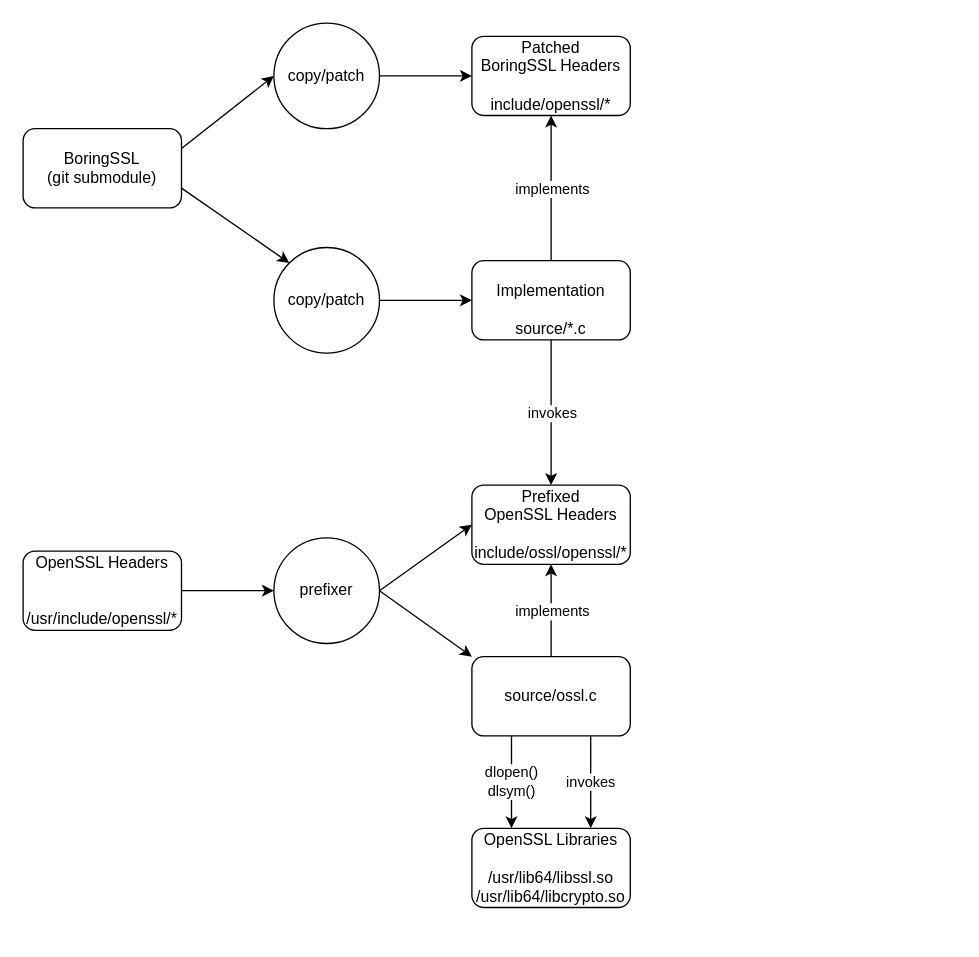
The draw.io diagram bssl-compat/bssl-compat-build.drawio in envoyproxy/envoy-openssl, before the edit. Source tidied: cells renumbered, new cells numbered last; positions are measured from the earlier drawing's top-left corner, leaving out a move shared by most shapes. Both pictures are drawn from the tidied source at 132%, with x=0, y=0 at pixel (22, 22).
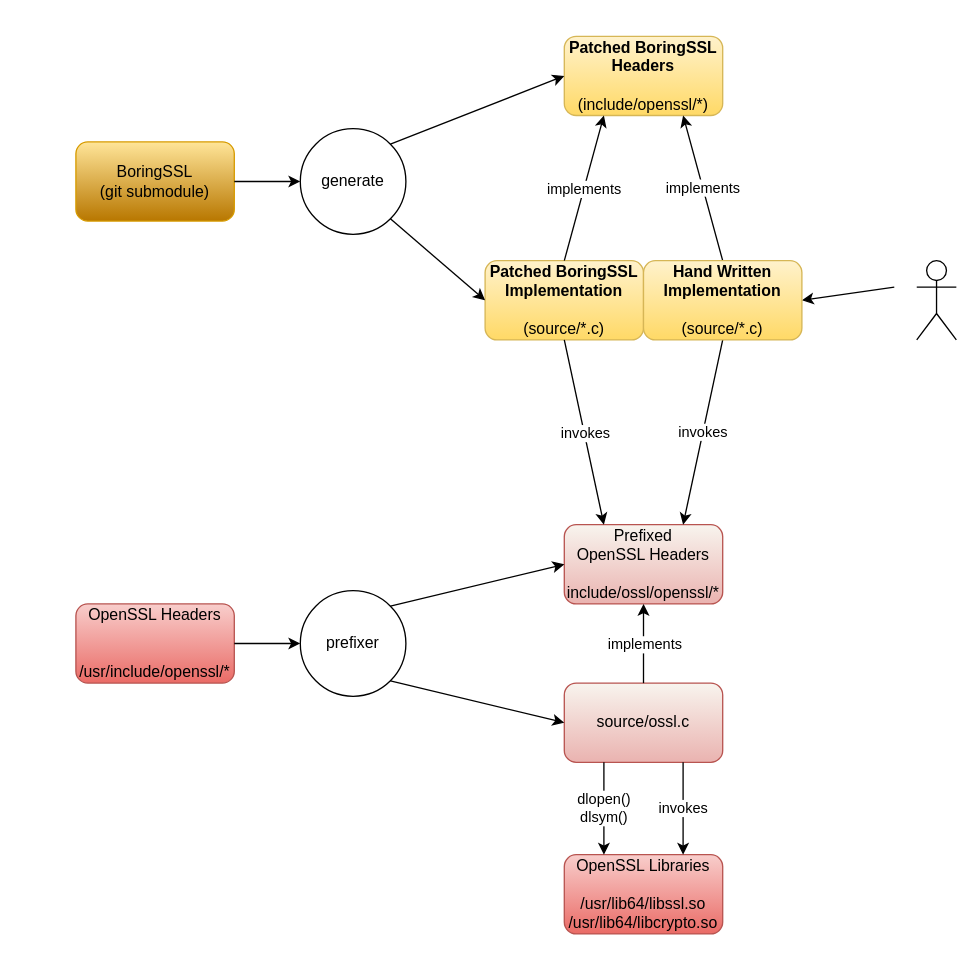
The same diagram, later.

The edit, as a diff of the source:
```diff
@@
-    <mxCell id="2" value="OpenSSL Headers&lt;br&gt;&lt;br&gt;&lt;br&gt;/usr/include/openssl/*" style="rounded=1;whiteSpace=wrap;html=1;" parent="1" vertex="1">
-      <mxGeometry y="400" width="120" height="60" as="geometry" />
+    <mxCell id="2" value="OpenSSL Headers&lt;br&gt;&lt;br&gt;&lt;br&gt;/usr/include/openssl/*" style="rounded=1;whiteSpace=wrap;html=1;fillColor=#f8cecc;gradientColor=#ea6b66;strokeColor=#b85450;" parent="1" vertex="1">
+      <mxGeometry x="40" y="440" width="120" height="60" as="geometry" />
     </mxCell>
-    <mxCell id="3" value="BoringSSL&lt;br&gt;(git submodule)" style="rounded=1;whiteSpace=wrap;html=1;" parent="1" vertex="1">
-      <mxGeometry y="80" width="120" height="60" as="geometry" />
+    <mxCell id="3" value="BoringSSL&lt;br&gt;(git submodule)" style="rounded=1;whiteSpace=wrap;html=1;fillColor=#FFE599;gradientColor=#B87700;strokeColor=#d79b00;" parent="1" vertex="1">
+      <mxGeometry x="40" y="90" width="120" height="60" as="geometry" />
     </mxCell>
-    <mxCell id="4" value="copy/patch" style="ellipse;whiteSpace=wrap;html=1;" parent="1" vertex="1">
-      <mxGeometry x="190" width="80" height="80" as="geometry" />
-    </mxCell>
-    <mxCell id="5" value="Patched&lt;br&gt;BoringSSL Headers&lt;br&gt;&lt;br&gt;include/openssl/*" style="rounded=1;whiteSpace=wrap;html=1;" parent="1" vertex="1">
-      <mxGeometry x="340" y="10" width="120" height="60" as="geometry" />
+    <mxCell id="5" value="&lt;b&gt;Patched BoringSSL&lt;br&gt;Headers&lt;/b&gt;&lt;br&gt;&lt;br&gt;(include/openssl/*)" style="rounded=1;whiteSpace=wrap;html=1;fillColor=#fff2cc;gradientColor=#ffd966;strokeColor=#d6b656;" parent="1" vertex="1">
+      <mxGeometry x="410" y="10" width="120" height="60" as="geometry" />
     </mxCell>
-    <mxCell id="6" style="endArrow=classic;html=1;rounded=0;exitX=1;exitY=0.25;exitDx=0;exitDy=0;entryX=0;entryY=0.5;entryDx=0;entryDy=0;" parent="1" edge="1" source="3" target="4">
-      <mxGeometry relative="1" as="geometry" />
-    </mxCell>
-    <mxCell id="7" style="endArrow=classic;html=1;rounded=0;entryX=0;entryY=0.5;entryDx=0;entryDy=0;" parent="1" edge="1" target="5">
-      <mxGeometry relative="1" as="geometry">
-        <mxPoint x="270" y="40" as="sourcePoint" />
-      </mxGeometry>
+    <mxCell id="7" style="endArrow=classic;html=1;rounded=0;entryX=0;entryY=0.5;entryDx=0;entryDy=0;exitX=1;exitY=0;exitDx=0;exitDy=0;" parent="1" edge="1" source="16" target="5">
+      <mxGeometry relative="1" as="geometry" />
     </mxCell>
-    <mxCell id="8" value="&lt;br&gt;Implementation&lt;br&gt;&lt;br&gt;source/*.c" style="rounded=1;whiteSpace=wrap;html=1;" parent="1" vertex="1">
-      <mxGeometry x="340" y="180" width="120" height="60" as="geometry" />
+    <mxCell id="8" value="&lt;b&gt;Patched BoringSSL Implementation&lt;/b&gt;&lt;br&gt;&lt;br&gt;(source/*.c)" style="rounded=1;whiteSpace=wrap;html=1;fillColor=#fff2cc;gradientColor=#ffd966;strokeColor=#d6b656;" parent="1" vertex="1">
+      <mxGeometry x="350" y="180" width="120" height="60" as="geometry" />
     </mxCell>
-    <mxCell id="9" style="endArrow=classic;html=1;rounded=0;entryX=0.5;entryY=1;entryDx=0;entryDy=0;exitX=0.5;exitY=0;exitDx=0;exitDy=0;" parent="1" edge="1" source="8" target="5">
+    <mxCell id="9" style="endArrow=classic;html=1;rounded=0;entryX=0.25;entryY=1;entryDx=0;entryDy=0;exitX=0.5;exitY=0;exitDx=0;exitDy=0;" parent="1" edge="1" source="8" target="5">
       <mxGeometry relative="1" as="geometry" />
     </mxCell>
@@
-    <mxCell id="11" value="Prefixed&lt;br&gt;OpenSSL Headers&lt;br&gt;&lt;br&gt;include/ossl/openssl/*" style="rounded=1;whiteSpace=wrap;html=1;" parent="1" vertex="1">
-      <mxGeometry x="340" y="350" width="120" height="60" as="geometry" />
+    <mxCell id="11" value="Prefixed&lt;br&gt;OpenSSL Headers&lt;br&gt;&lt;br&gt;include/ossl/openssl/*" style="rounded=1;whiteSpace=wrap;html=1;fillColor=#F8F4EE;gradientColor=#EAB3B0;strokeColor=#b85450;" parent="1" vertex="1">
+      <mxGeometry x="410" y="380" width="120" height="60" as="geometry" />
     </mxCell>
-    <mxCell id="12" style="endArrow=classic;html=1;rounded=0;entryX=0.5;entryY=0;entryDx=0;entryDy=0;exitX=0.5;exitY=1;exitDx=0;exitDy=0;" parent="1" edge="1" source="8" target="11">
-      <mxGeometry relative="1" as="geometry">
-        <Array as="points">
-          <mxPoint x="400" y="300" />
-        </Array>
-      </mxGeometry>
+    <mxCell id="12" style="endArrow=classic;html=1;rounded=0;entryX=0.25;entryY=0;entryDx=0;entryDy=0;exitX=0.5;exitY=1;exitDx=0;exitDy=0;" parent="1" edge="1" source="8" target="11">
+      <mxGeometry relative="1" as="geometry" />
     </mxCell>
@@
     <mxCell id="14" value="prefixer" style="ellipse;whiteSpace=wrap;html=1;" parent="1" vertex="1">
-      <mxGeometry x="190" y="390" width="80" height="80" as="geometry" />
+      <mxGeometry x="210" y="430" width="80" height="80" as="geometry" />
     </mxCell>
-    <mxCell id="15" style="endArrow=classic;html=1;rounded=0;exitX=1;exitY=0.75;exitDx=0;exitDy=0;entryX=0;entryY=0;entryDx=0;entryDy=0;" parent="1" edge="1" source="3" target="16">
+    <mxCell id="15" style="endArrow=classic;html=1;rounded=0;exitX=1;exitY=0.5;exitDx=0;exitDy=0;entryX=0;entryY=0.5;entryDx=0;entryDy=0;" parent="1" edge="1" source="3" target="16">
       <mxGeometry relative="1" as="geometry" />
     </mxCell>
-    <mxCell id="16" value="copy/patch" style="ellipse;whiteSpace=wrap;html=1;" parent="1" vertex="1">
-      <mxGeometry x="190" y="170" width="80" height="80" as="geometry" />
+    <mxCell id="16" value="generate" style="ellipse;whiteSpace=wrap;html=1;" parent="1" vertex="1">
+      <mxGeometry x="210" y="80" width="80" height="80" as="geometry" />
     </mxCell>
-    <mxCell id="17" style="endArrow=classic;html=1;rounded=0;entryX=0;entryY=0.5;entryDx=0;entryDy=0;exitX=1;exitY=0.5;exitDx=0;exitDy=0;" parent="1" edge="1" source="16" target="8">
+    <mxCell id="17" style="endArrow=classic;html=1;rounded=0;entryX=0;entryY=0.5;entryDx=0;entryDy=0;exitX=1;exitY=1;exitDx=0;exitDy=0;" parent="1" edge="1" source="16" target="8">
       <mxGeometry relative="1" as="geometry" />
     </mxCell>
@@
-    <mxCell id="19" style="endArrow=classic;html=1;rounded=0;entryX=0;entryY=0.5;entryDx=0;entryDy=0;exitX=1;exitY=0.5;exitDx=0;exitDy=0;" parent="1" edge="1" source="14" target="11">
+    <mxCell id="19" style="endArrow=classic;html=1;rounded=0;entryX=0;entryY=0.5;entryDx=0;entryDy=0;exitX=1;exitY=0;exitDx=0;exitDy=0;" parent="1" edge="1" source="14" target="11">
       <mxGeometry relative="1" as="geometry" />
     </mxCell>
-    <mxCell id="20" value="source/ossl.c" style="rounded=1;whiteSpace=wrap;html=1;" parent="1" vertex="1">
-      <mxGeometry x="340" y="480" width="120" height="60" as="geometry" />
+    <mxCell id="20" value="source/ossl.c" style="rounded=1;whiteSpace=wrap;html=1;fillColor=#F8F4EE;gradientColor=#EAB3B0;strokeColor=#b85450;" parent="1" vertex="1">
+      <mxGeometry x="410" y="500" width="120" height="60" as="geometry" />
     </mxCell>
@@
-    <mxCell id="23" style="endArrow=classic;html=1;rounded=0;exitX=1;exitY=0.5;exitDx=0;exitDy=0;entryX=0;entryY=0;entryDx=0;entryDy=0;" parent="1" edge="1" source="14" target="20">
+    <mxCell id="23" style="endArrow=classic;html=1;rounded=0;exitX=1;exitY=1;exitDx=0;exitDy=0;entryX=0;entryY=0.5;entryDx=0;entryDy=0;" parent="1" edge="1" source="14" target="20">
       <mxGeometry relative="1" as="geometry" />
     </mxCell>
-    <mxCell id="24" value="OpenSSL Libraries&lt;br&gt;&lt;br&gt;/usr/lib64/libssl.so&lt;br&gt;/usr/lib64/libcrypto.so" style="rounded=1;whiteSpace=wrap;html=1;" parent="1" vertex="1">
-      <mxGeometry x="340" y="610" width="120" height="60" as="geometry" />
+    <mxCell id="24" value="OpenSSL Libraries&lt;br&gt;&lt;br&gt;/usr/lib64/libssl.so&lt;br&gt;/usr/lib64/libcrypto.so" style="rounded=1;whiteSpace=wrap;html=1;fillColor=#f8cecc;gradientColor=#ea6b66;strokeColor=#b85450;" parent="1" vertex="1">
+      <mxGeometry x="410" y="630" width="120" height="60" as="geometry" />
     </mxCell>
@@
+    <mxCell id="27" style="edgeStyle=none;rounded=0;jettySize=auto;html=1;entryX=1;entryY=0.5;entryDx=0;entryDy=0;" parent="1" edge="1" target="31">
+      <mxGeometry relative="1" as="geometry">
+        <mxPoint x="660" y="200" as="sourcePoint" />
+      </mxGeometry>
+    </mxCell>
+    <mxCell id="28" style="shape=umlActor;verticalLabelPosition=bottom;verticalAlign=top;html=1;" parent="1" vertex="1">
+      <mxGeometry x="677" y="180" width="30" height="60" as="geometry" />
+    </mxCell>
+    <mxCell id="29" value="invokes" style="rounded=0;jettySize=auto;html=1;exitX=0.5;exitY=1;exitDx=0;exitDy=0;entryX=0.75;entryY=0;entryDx=0;entryDy=0;" parent="1" edge="1" source="31" target="11">
+      <mxGeometry relative="1" as="geometry" />
+    </mxCell>
+    <mxCell id="30" value="implements" style="edgeStyle=none;rounded=0;jettySize=auto;html=1;exitX=0.5;exitY=0;exitDx=0;exitDy=0;entryX=0.75;entryY=1;entryDx=0;entryDy=0;" parent="1" edge="1" source="31" target="5">
+      <mxGeometry relative="1" as="geometry" />
+    </mxCell>
+    <mxCell id="31" value="&lt;b&gt;Hand Written&lt;br&gt;Implementation&lt;/b&gt;&lt;br&gt;&lt;br&gt;(source/*.c)" style="rounded=1;whiteSpace=wrap;html=1;fillColor=#fff2cc;gradientColor=#ffd966;strokeColor=#d6b656;" parent="1" vertex="1">
+      <mxGeometry x="470" y="180" width="120" height="60" as="geometry" />
+    </mxCell>
```
